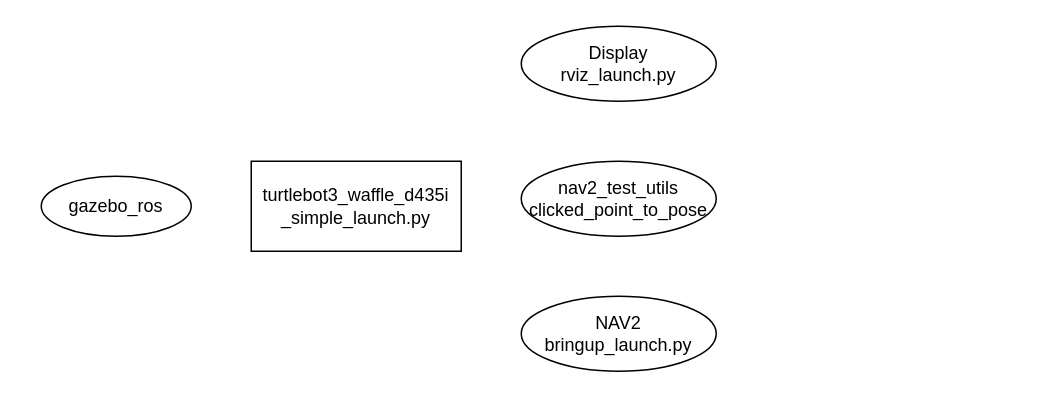
Before: LLM/Follow-NAV2.drawio in mailonghua/drawio, a draw.io diagram. Source tidied: cells renumbered, new cells numbered last; positions are measured from the earlier drawing's top-left corner, leaving out a move shared by most shapes. Both pictures are drawn from the tidied source at 150%, with x=0, y=0 at pixel (40, 26).
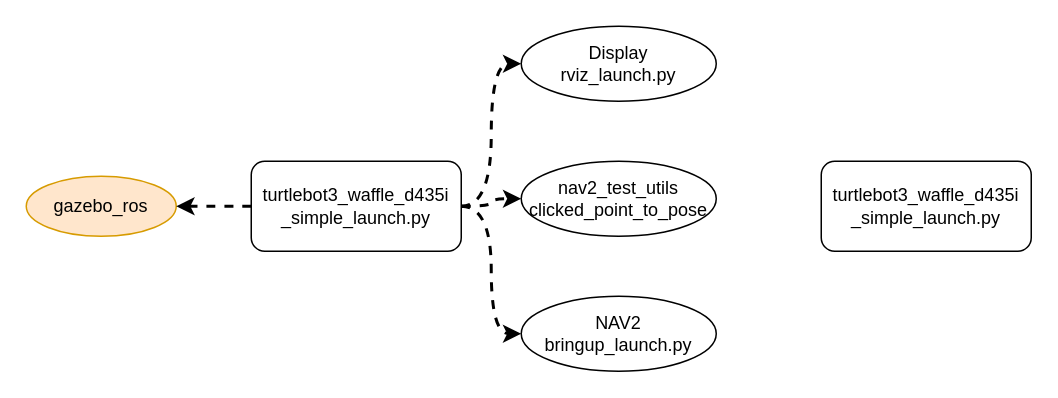
The same diagram, later.

Diff of the diagram source:
```diff
@@
 <mxGraphModel>
   <root>
     <mxCell id="0" />
     <mxCell id="1" parent="0" />
     <mxCell id="2" value="NAV2&lt;br&gt;bringup_launch.py" style="ellipse;whiteSpace=wrap;html=1;" parent="1" vertex="1">
       <mxGeometry x="320" y="180" width="130" height="50" as="geometry" />
     </mxCell>
     <mxCell id="3" value="Display&lt;br&gt;rviz_launch.py" style="ellipse;whiteSpace=wrap;html=1;" parent="1" vertex="1">
       <mxGeometry x="320" width="130" height="50" as="geometry" />
     </mxCell>
-    <mxCell id="4" value="gazebo_ros" style="ellipse;whiteSpace=wrap;html=1;" parent="1" vertex="1">
-      <mxGeometry y="100" width="100" height="40" as="geometry" />
+    <mxCell id="4" value="gazebo_ros" style="ellipse;whiteSpace=wrap;html=1;fillColor=#ffe6cc;strokeColor=#d79b00;" parent="1" vertex="1">
+      <mxGeometry x="-10" y="100" width="100" height="40" as="geometry" />
     </mxCell>
     <mxCell id="5" value="nav2_test_utils&lt;br&gt;clicked_point_to_pose" style="ellipse;whiteSpace=wrap;html=1;" parent="1" vertex="1">
       <mxGeometry x="320" y="90" width="130" height="50" as="geometry" />
     </mxCell>
+    <mxCell id="7" style="edgeStyle=orthogonalEdgeStyle;curved=1;rounded=0;jettySize=auto;html=1;exitX=0;exitY=0.5;exitDx=0;exitDy=0;entryX=1;entryY=0.5;entryDx=0;entryDy=0;strokeWidth=2;dashed=1;" parent="1" edge="1" source="6" target="4">
+      <mxGeometry relative="1" as="geometry" />
+    </mxCell>
+    <mxCell id="8" style="edgeStyle=orthogonalEdgeStyle;curved=1;rounded=0;jettySize=auto;html=1;exitX=1;exitY=0.5;exitDx=0;exitDy=0;entryX=0;entryY=0.5;entryDx=0;entryDy=0;strokeWidth=2;dashed=1;" parent="1" edge="1" source="6" target="3">
+      <mxGeometry relative="1" as="geometry" />
+    </mxCell>
+    <mxCell id="9" style="edgeStyle=orthogonalEdgeStyle;curved=1;rounded=0;jettySize=auto;html=1;exitX=1;exitY=0.5;exitDx=0;exitDy=0;entryX=0;entryY=0.5;entryDx=0;entryDy=0;strokeWidth=2;dashed=1;" parent="1" edge="1" source="6" target="5">
+      <mxGeometry relative="1" as="geometry" />
+    </mxCell>
+    <mxCell id="10" style="edgeStyle=orthogonalEdgeStyle;curved=1;rounded=0;jettySize=auto;html=1;exitX=1;exitY=0.5;exitDx=0;exitDy=0;entryX=0;entryY=0.5;entryDx=0;entryDy=0;strokeWidth=2;dashed=1;" parent="1" edge="1" source="6" target="2">
+      <mxGeometry relative="1" as="geometry" />
+    </mxCell>
-    <mxCell id="6" value="turtlebot3_waffle_d435i&lt;br&gt;_simple_launch.py" style="rounded=0;whiteSpace=wrap;html=1;" parent="1" vertex="1">
+    <mxCell id="6" value="turtlebot3_waffle_d435i&lt;br&gt;_simple_launch.py" style="rounded=1;whiteSpace=wrap;html=1;" parent="1" vertex="1">
       <mxGeometry x="140" y="90" width="140" height="60" as="geometry" />
     </mxCell>
+    <mxCell id="11" value="turtlebot3_waffle_d435i&lt;br&gt;_simple_launch.py" style="rounded=1;whiteSpace=wrap;html=1;" parent="1" vertex="1">
+      <mxGeometry x="520" y="90" width="140" height="60" as="geometry" />
+    </mxCell>
   </root>
 </mxGraphModel>
```
